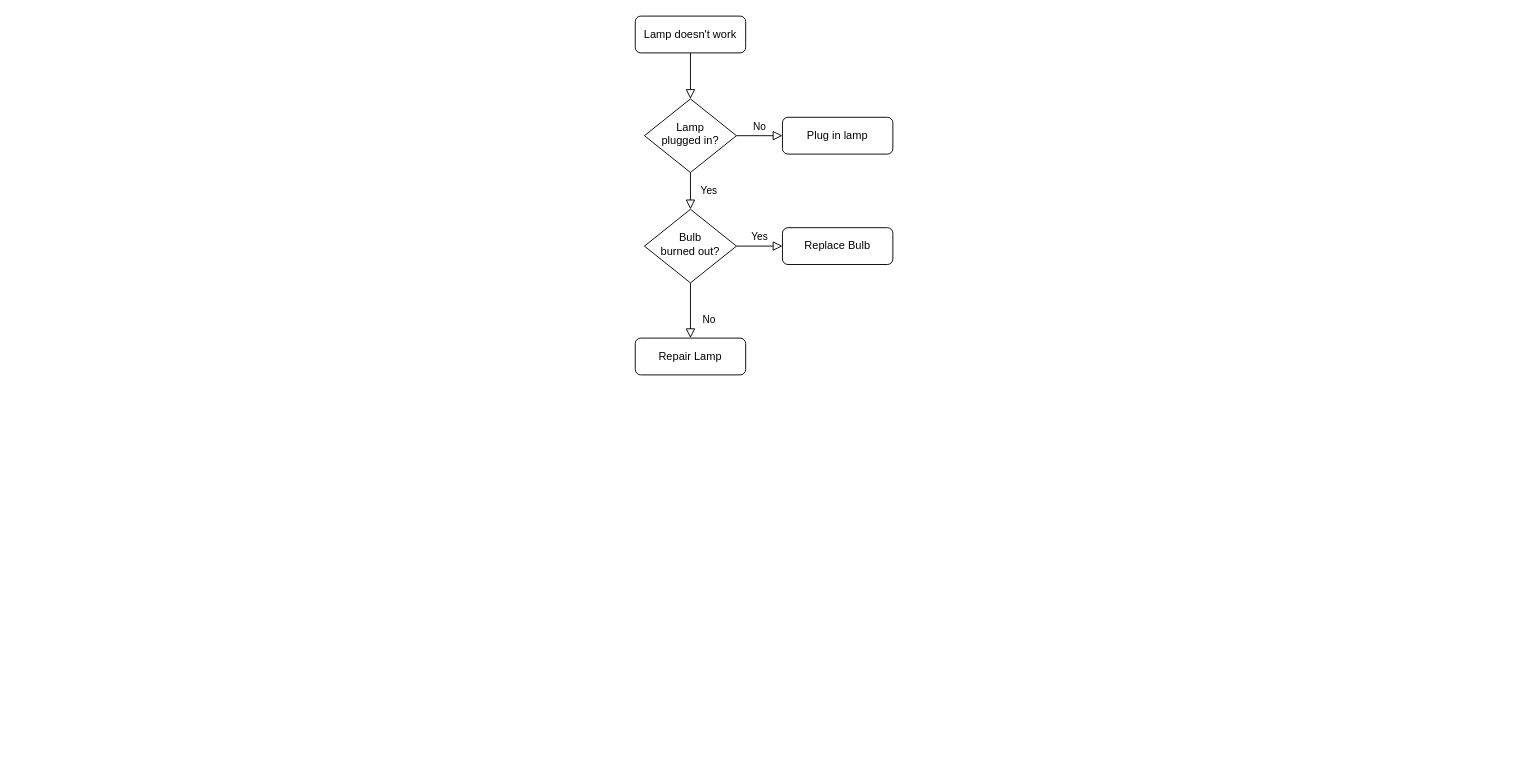
Above: Picture Resources/Untitled Diagram.drawio in WFCT-Share/Display-Device-Selection-Guidev0.8 (draw.io), before the change. Source tidied: cells renumbered, new cells numbered last; positions are measured from the earlier drawing's top-left corner, leaving out a move shared by most shapes. Both pictures are drawn from the tidied source at 92%, with x=0, y=0 at pixel (635, 16).
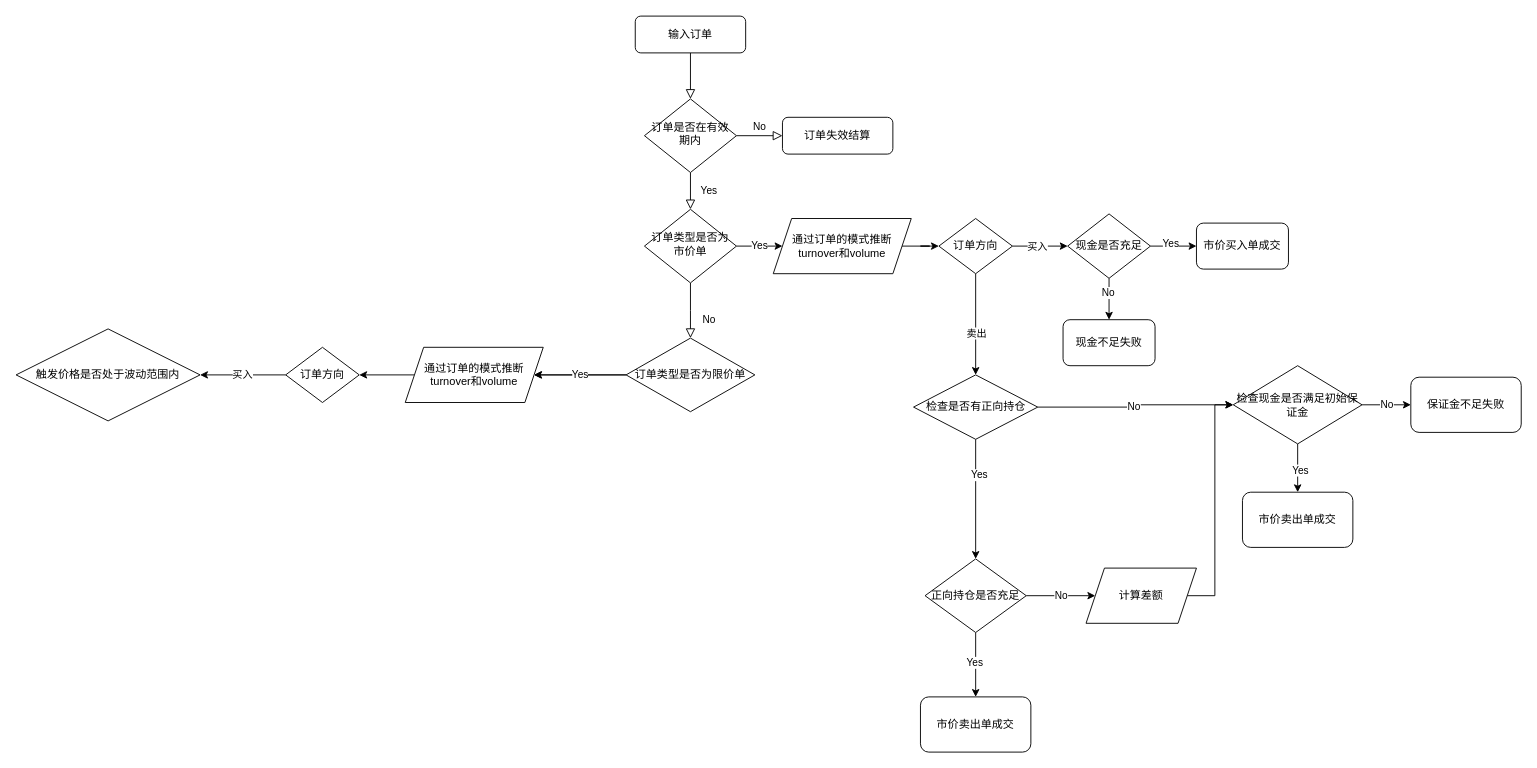
The same diagram, later.

Commit message:
模拟股市订单管理器

Diff of the diagram source:
```diff
@@
-    <mxCell id="3" value="Lamp doesn't work" style="rounded=1;whiteSpace=wrap;html=1;fontSize=12;glass=0;strokeWidth=1;shadow=0;" parent="1" vertex="1">
+    <mxCell id="3" value="输入订单" style="rounded=1;whiteSpace=wrap;html=1;fontSize=12;glass=0;strokeWidth=1;shadow=0;" parent="1" vertex="1">
       <mxGeometry width="120" height="40" as="geometry" />
     </mxCell>
@@
-    <mxCell id="6" value="Lamp&lt;br&gt;plugged in?" style="rhombus;whiteSpace=wrap;html=1;shadow=0;fontFamily=Helvetica;fontSize=12;align=center;strokeWidth=1;spacing=6;spacingTop=-4;" parent="1" vertex="1">
+    <mxCell id="6" value="订单是否在有效期内" style="rhombus;whiteSpace=wrap;html=1;shadow=0;fontFamily=Helvetica;fontSize=12;align=center;strokeWidth=1;spacing=6;spacingTop=-4;" parent="1" vertex="1">
       <mxGeometry x="10" y="90" width="100" height="80" as="geometry" />
     </mxCell>
-    <mxCell id="7" value="Plug in lamp" style="rounded=1;whiteSpace=wrap;html=1;fontSize=12;glass=0;strokeWidth=1;shadow=0;" parent="1" vertex="1">
+    <mxCell id="7" value="订单失效结算" style="rounded=1;whiteSpace=wrap;html=1;fontSize=12;glass=0;strokeWidth=1;shadow=0;" parent="1" vertex="1">
       <mxGeometry x="160" y="110" width="120" height="40" as="geometry" />
     </mxCell>
-    <mxCell id="8" value="No" style="rounded=0;html=1;jettySize=auto;fontSize=11;endArrow=block;endFill=0;endSize=8;strokeWidth=1;shadow=0;labelBackgroundColor=none;edgeStyle=orthogonalEdgeStyle;" parent="1" edge="1" source="10" target="11">
-      <mxGeometry x="0.33" y="20" relative="1" as="geometry" />
+    <mxCell id="8" value="No" style="rounded=0;html=1;jettySize=auto;fontSize=11;endArrow=block;endFill=0;endSize=8;strokeWidth=1;shadow=0;labelBackgroundColor=none;edgeStyle=orthogonalEdgeStyle;" parent="1" edge="1" source="10">
+      <mxGeometry x="0.33" y="20" relative="1" as="geometry">
+        <mxPoint x="60" y="350" as="targetPoint" />
+      </mxGeometry>
     </mxCell>
-    <mxCell id="9" value="Yes" style="edgeStyle=orthogonalEdgeStyle;rounded=0;html=1;jettySize=auto;fontSize=11;endArrow=block;endFill=0;endSize=8;strokeWidth=1;shadow=0;labelBackgroundColor=none;" parent="1" edge="1" source="10" target="12">
-      <mxGeometry y="10" relative="1" as="geometry" />
-    </mxCell>
+    <mxCell id="13" value="Yes" style="edgeStyle=orthogonalEdgeStyle;rounded=0;jettySize=auto;html=1;exitX=1;exitY=0.5;exitDx=0;exitDy=0;entryX=0;entryY=0.5;entryDx=0;entryDy=0;" parent="1" edge="1" source="10" target="15">
+      <mxGeometry relative="1" as="geometry" />
+    </mxCell>
-    <mxCell id="10" value="Bulb&lt;br&gt;burned out?" style="rhombus;whiteSpace=wrap;html=1;shadow=0;fontFamily=Helvetica;fontSize=12;align=center;strokeWidth=1;spacing=6;spacingTop=-4;" parent="1" vertex="1">
+    <mxCell id="10" value="订单类型是否为市价单" style="rhombus;whiteSpace=wrap;html=1;shadow=0;fontFamily=Helvetica;fontSize=12;align=center;strokeWidth=1;spacing=6;spacingTop=-4;" parent="1" vertex="1">
       <mxGeometry x="10" y="210" width="100" height="80" as="geometry" />
     </mxCell>
-    <mxCell id="11" value="Repair Lamp" style="rounded=1;whiteSpace=wrap;html=1;fontSize=12;glass=0;strokeWidth=1;shadow=0;" parent="1" vertex="1">
-      <mxGeometry y="350" width="120" height="40" as="geometry" />
-    </mxCell>
-    <mxCell id="12" value="Replace Bulb" style="rounded=1;whiteSpace=wrap;html=1;fontSize=12;glass=0;strokeWidth=1;shadow=0;" parent="1" vertex="1">
-      <mxGeometry x="160" y="230" width="120" height="40" as="geometry" />
-    </mxCell>
+    <mxCell id="14" style="edgeStyle=orthogonalEdgeStyle;rounded=0;jettySize=auto;html=1;exitX=1;exitY=0.5;exitDx=0;exitDy=0;entryX=0;entryY=0.5;entryDx=0;entryDy=0;" parent="1" edge="1" source="15" target="20">
+      <mxGeometry relative="1" as="geometry" />
+    </mxCell>
+    <mxCell id="15" value="通过订单的模式推断turnover和volume" style="shape=parallelogram;perimeter=parallelogramPerimeter;whiteSpace=wrap;html=1;fixedSize=1;" parent="1" vertex="1">
+      <mxGeometry x="150" y="220" width="150" height="60" as="geometry" />
+    </mxCell>
+    <mxCell id="16" style="edgeStyle=orthogonalEdgeStyle;rounded=0;jettySize=auto;html=1;exitX=1;exitY=0.5;exitDx=0;exitDy=0;entryX=0;entryY=0.5;entryDx=0;entryDy=0;" parent="1" edge="1" source="20" target="25">
+      <mxGeometry relative="1" as="geometry" />
+    </mxCell>
+    <mxCell id="17" value="买入" style="edgeLabel;html=1;align=center;verticalAlign=middle;" parent="16" vertex="1">
+      <mxGeometry x="-0.12" relative="1" as="geometry" />
+    </mxCell>
+    <mxCell id="18" style="edgeStyle=orthogonalEdgeStyle;rounded=0;jettySize=auto;html=1;exitX=0.5;exitY=1;exitDx=0;exitDy=0;entryX=0.5;entryY=0;entryDx=0;entryDy=0;" parent="1" edge="1" source="20" target="30">
+      <mxGeometry relative="1" as="geometry" />
+    </mxCell>
+    <mxCell id="19" value="卖出" style="edgeLabel;html=1;align=center;verticalAlign=middle;" parent="18" vertex="1">
+      <mxGeometry x="0.17" relative="1" as="geometry" />
+    </mxCell>
+    <mxCell id="20" value="订单方向" style="rhombus;whiteSpace=wrap;html=1;" parent="1" vertex="1">
+      <mxGeometry x="330" y="220" width="80" height="60" as="geometry" />
+    </mxCell>
+    <mxCell id="21" style="edgeStyle=orthogonalEdgeStyle;rounded=0;jettySize=auto;html=1;exitX=1;exitY=0.5;exitDx=0;exitDy=0;entryX=0;entryY=0.5;entryDx=0;entryDy=0;" parent="1" edge="1" source="25" target="31">
+      <mxGeometry relative="1" as="geometry" />
+    </mxCell>
+    <mxCell id="22" value="Yes" style="edgeLabel;html=1;align=center;verticalAlign=middle;" parent="21" vertex="1">
+      <mxGeometry x="-0.15" y="4" relative="1" as="geometry" />
+    </mxCell>
+    <mxCell id="23" style="edgeStyle=orthogonalEdgeStyle;rounded=0;jettySize=auto;html=1;exitX=0.5;exitY=1;exitDx=0;exitDy=0;entryX=0.5;entryY=0;entryDx=0;entryDy=0;" parent="1" edge="1" source="25" target="32">
+      <mxGeometry relative="1" as="geometry" />
+    </mxCell>
+    <mxCell id="24" value="No" style="edgeLabel;html=1;align=center;verticalAlign=middle;" parent="23" vertex="1">
+      <mxGeometry x="-0.35" y="-2" relative="1" as="geometry" />
+    </mxCell>
+    <mxCell id="25" value="现金是否充足" style="rhombus;whiteSpace=wrap;html=1;" parent="1" vertex="1">
+      <mxGeometry x="470" y="215" width="90" height="70" as="geometry" />
+    </mxCell>
+    <mxCell id="26" style="edgeStyle=orthogonalEdgeStyle;rounded=0;jettySize=auto;html=1;exitX=1;exitY=0.5;exitDx=0;exitDy=0;entryX=0;entryY=0.5;entryDx=0;entryDy=0;" parent="1" edge="1" source="30" target="36">
+      <mxGeometry relative="1" as="geometry" />
+    </mxCell>
+    <mxCell id="27" value="No" style="edgeLabel;html=1;align=center;verticalAlign=middle;" parent="26" vertex="1">
+      <mxGeometry x="-0.03" y="-4" relative="1" as="geometry">
+        <mxPoint y="-5" as="offset" />
+      </mxGeometry>
+    </mxCell>
+    <mxCell id="28" style="edgeStyle=orthogonalEdgeStyle;rounded=0;jettySize=auto;html=1;exitX=0.5;exitY=1;exitDx=0;exitDy=0;entryX=0.5;entryY=0;entryDx=0;entryDy=0;" parent="1" edge="1" source="30" target="41">
+      <mxGeometry relative="1" as="geometry" />
+    </mxCell>
+    <mxCell id="29" value="Yes" style="edgeLabel;html=1;align=center;verticalAlign=middle;" parent="28" vertex="1">
+      <mxGeometry x="-0.41" y="3" relative="1" as="geometry" />
+    </mxCell>
+    <mxCell id="30" value="检查是否有正向持仓" style="rhombus;whiteSpace=wrap;html=1;" parent="1" vertex="1">
+      <mxGeometry x="302.5" y="390" width="135" height="70" as="geometry" />
+    </mxCell>
+    <mxCell id="31" value="市价买入单成交" style="rounded=1;whiteSpace=wrap;html=1;" parent="1" vertex="1">
+      <mxGeometry x="610" y="225" width="100" height="50" as="geometry" />
+    </mxCell>
+    <mxCell id="32" value="现金不足失败" style="rounded=1;whiteSpace=wrap;html=1;" parent="1" vertex="1">
+      <mxGeometry x="465" y="330" width="100" height="50" as="geometry" />
+    </mxCell>
+    <mxCell id="33" value="No" style="edgeStyle=orthogonalEdgeStyle;rounded=0;jettySize=auto;html=1;exitX=1;exitY=0.5;exitDx=0;exitDy=0;" parent="1" edge="1" source="36" target="37">
+      <mxGeometry relative="1" as="geometry" />
+    </mxCell>
+    <mxCell id="34" style="edgeStyle=orthogonalEdgeStyle;rounded=0;jettySize=auto;html=1;exitX=0.5;exitY=1;exitDx=0;exitDy=0;entryX=0.5;entryY=0;entryDx=0;entryDy=0;" parent="1" edge="1" source="36" target="42">
+      <mxGeometry relative="1" as="geometry" />
+    </mxCell>
+    <mxCell id="35" value="Yes" style="edgeLabel;html=1;align=center;verticalAlign=middle;" parent="34" vertex="1">
+      <mxGeometry x="0.07" y="2" relative="1" as="geometry" />
+    </mxCell>
+    <mxCell id="36" value="检查现金是否满足初始保证金" style="rhombus;whiteSpace=wrap;html=1;" parent="1" vertex="1">
+      <mxGeometry x="650" y="380" width="140" height="85" as="geometry" />
+    </mxCell>
+    <mxCell id="37" value="保证金不足失败" style="rounded=1;whiteSpace=wrap;html=1;" parent="1" vertex="1">
+      <mxGeometry x="843" y="392.5" width="120" height="60" as="geometry" />
+    </mxCell>
+    <mxCell id="38" style="edgeStyle=orthogonalEdgeStyle;rounded=0;jettySize=auto;html=1;exitX=0.5;exitY=1;exitDx=0;exitDy=0;entryX=0.5;entryY=0;entryDx=0;entryDy=0;" parent="1" edge="1" source="41" target="43">
+      <mxGeometry relative="1" as="geometry" />
+    </mxCell>
+    <mxCell id="39" value="Yes" style="edgeLabel;html=1;align=center;verticalAlign=middle;" parent="38" vertex="1">
+      <mxGeometry x="-0.08" y="-2" relative="1" as="geometry" />
+    </mxCell>
+    <mxCell id="40" value="No" style="edgeStyle=orthogonalEdgeStyle;rounded=0;jettySize=auto;html=1;exitX=1;exitY=0.5;exitDx=0;exitDy=0;entryX=0;entryY=0.5;entryDx=0;entryDy=0;" parent="1" edge="1" source="41" target="45">
+      <mxGeometry relative="1" as="geometry" />
+    </mxCell>
+    <mxCell id="41" value="正向持仓是否充足" style="rhombus;whiteSpace=wrap;html=1;" parent="1" vertex="1">
+      <mxGeometry x="315" y="590" width="110" height="80" as="geometry" />
+    </mxCell>
+    <mxCell id="42" value="市价卖出单成交" style="rounded=1;whiteSpace=wrap;html=1;" parent="1" vertex="1">
+      <mxGeometry x="660" y="517.5" width="120" height="60" as="geometry" />
+    </mxCell>
+    <mxCell id="43" value="市价卖出单成交" style="rounded=1;whiteSpace=wrap;html=1;" parent="1" vertex="1">
+      <mxGeometry x="310" y="740" width="120" height="60" as="geometry" />
+    </mxCell>
+    <mxCell id="44" style="edgeStyle=orthogonalEdgeStyle;rounded=0;jettySize=auto;html=1;exitX=1;exitY=0.5;exitDx=0;exitDy=0;entryX=0;entryY=0.5;entryDx=0;entryDy=0;" parent="1" edge="1" source="45" target="36">
+      <mxGeometry relative="1" as="geometry" />
+    </mxCell>
+    <mxCell id="45" value="计算差额" style="shape=parallelogram;perimeter=parallelogramPerimeter;whiteSpace=wrap;html=1;fixedSize=1;" parent="1" vertex="1">
+      <mxGeometry x="490" y="600" width="120" height="60" as="geometry" />
+    </mxCell>
+    <mxCell id="46" style="edgeStyle=orthogonalEdgeStyle;rounded=0;jettySize=auto;html=1;exitX=0;exitY=0.5;exitDx=0;exitDy=0;entryX=1;entryY=0.5;entryDx=0;entryDy=0;" parent="1" edge="1" source="48" target="50">
+      <mxGeometry relative="1" as="geometry" />
+    </mxCell>
+    <mxCell id="47" value="Yes" style="edgeStyle=orthogonalEdgeStyle;rounded=0;jettySize=auto;html=1;" parent="1" edge="1" source="48" target="50">
+      <mxGeometry relative="1" as="geometry" />
+    </mxCell>
+    <mxCell id="48" value="订单类型是否为限价单" style="rhombus;whiteSpace=wrap;html=1;" parent="1" vertex="1">
+      <mxGeometry x="-10" y="350" width="140" height="80" as="geometry" />
+    </mxCell>
+    <mxCell id="49" style="edgeStyle=orthogonalEdgeStyle;rounded=0;jettySize=auto;html=1;exitX=0;exitY=0.5;exitDx=0;exitDy=0;entryX=1;entryY=0.5;entryDx=0;entryDy=0;" parent="1" edge="1" source="50" target="52">
+      <mxGeometry relative="1" as="geometry" />
+    </mxCell>
+    <mxCell id="50" value="通过订单的模式推断turnover和volume" style="shape=parallelogram;perimeter=parallelogramPerimeter;whiteSpace=wrap;html=1;fixedSize=1;" parent="1" vertex="1">
+      <mxGeometry x="-250" y="360" width="150" height="60" as="geometry" />
+    </mxCell>
+    <mxCell id="51" value="买入" style="edgeStyle=orthogonalEdgeStyle;rounded=0;jettySize=auto;html=1;exitX=0;exitY=0.5;exitDx=0;exitDy=0;entryX=1;entryY=0.5;entryDx=0;entryDy=0;" parent="1" edge="1" source="52" target="53">
+      <mxGeometry relative="1" as="geometry" />
+    </mxCell>
+    <mxCell id="52" value="订单方向" style="rhombus;whiteSpace=wrap;html=1;" parent="1" vertex="1">
+      <mxGeometry x="-380" y="360" width="80" height="60" as="geometry" />
+    </mxCell>
+    <mxCell id="53" value="触发价格是否处于波动范围内" style="rhombus;whiteSpace=wrap;html=1;" parent="1" vertex="1">
+      <mxGeometry x="-673" y="340" width="200" height="100" as="geometry" />
+    </mxCell>
```
